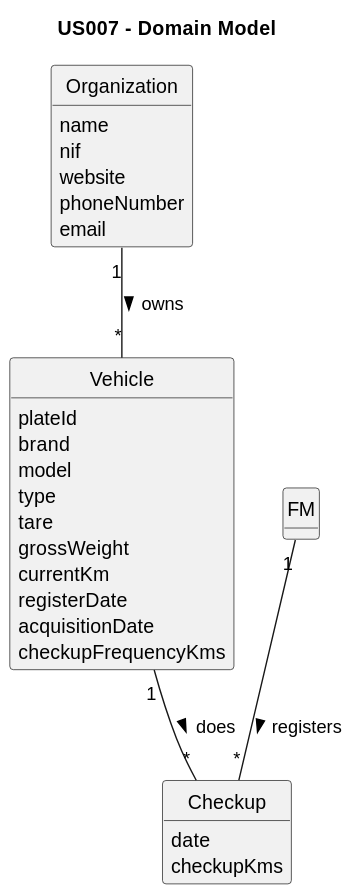
Above: docs/sprintB/us007/02.analysis/svg/us007-domain-model.svg in Rui-San/LAPR2_2023_2024 (PlantUML), before the change. The source it was exported from:
```plantuml
@startuml
skinparam monochrome true
skinparam packageStyle rectangle
skinparam shadowing false


skinparam classAttributeIconSize 0

hide circle
hide methods

title US007 - Domain Model

class Organization {
    name
    nif
    website
    phoneNumber
    email
}

class Vehicle{
    plateId
    brand
    model
    type
    tare
    grossWeight
    currentKm
    registerDate
    acquisitionDate
    checkupFrequencyKms
}

class Checkup{
    date
    checkupKms
}


FM "1" -- "*" Checkup : "registers >"
Organization "1" -- "*" Vehicle : "owns >"
Vehicle "1" -- "*" Checkup : "does >"
@enduml
```
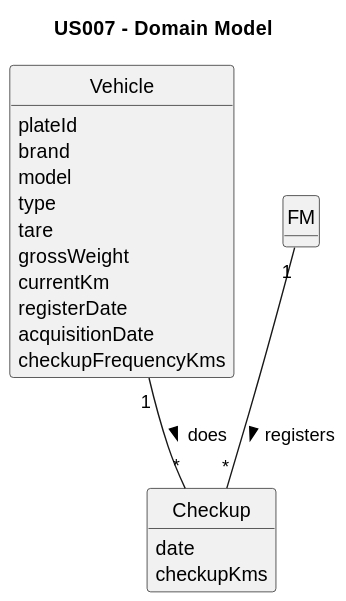
After the commit.

What changed in the source:
```diff
@@ -11,13 +11,7 @@
 
 title US007 - Domain Model
 
-class Organization {
-    name
-    nif
-    website
-    phoneNumber
-    email
-}
+
 
 class Vehicle{
     plateId
@@ -39,6 +33,5 @@
 
 
 FM "1" -- "*" Checkup : "registers >"
-Organization "1" -- "*" Vehicle : "owns >"
 Vehicle "1" -- "*" Checkup : "does >"
 @enduml
```
